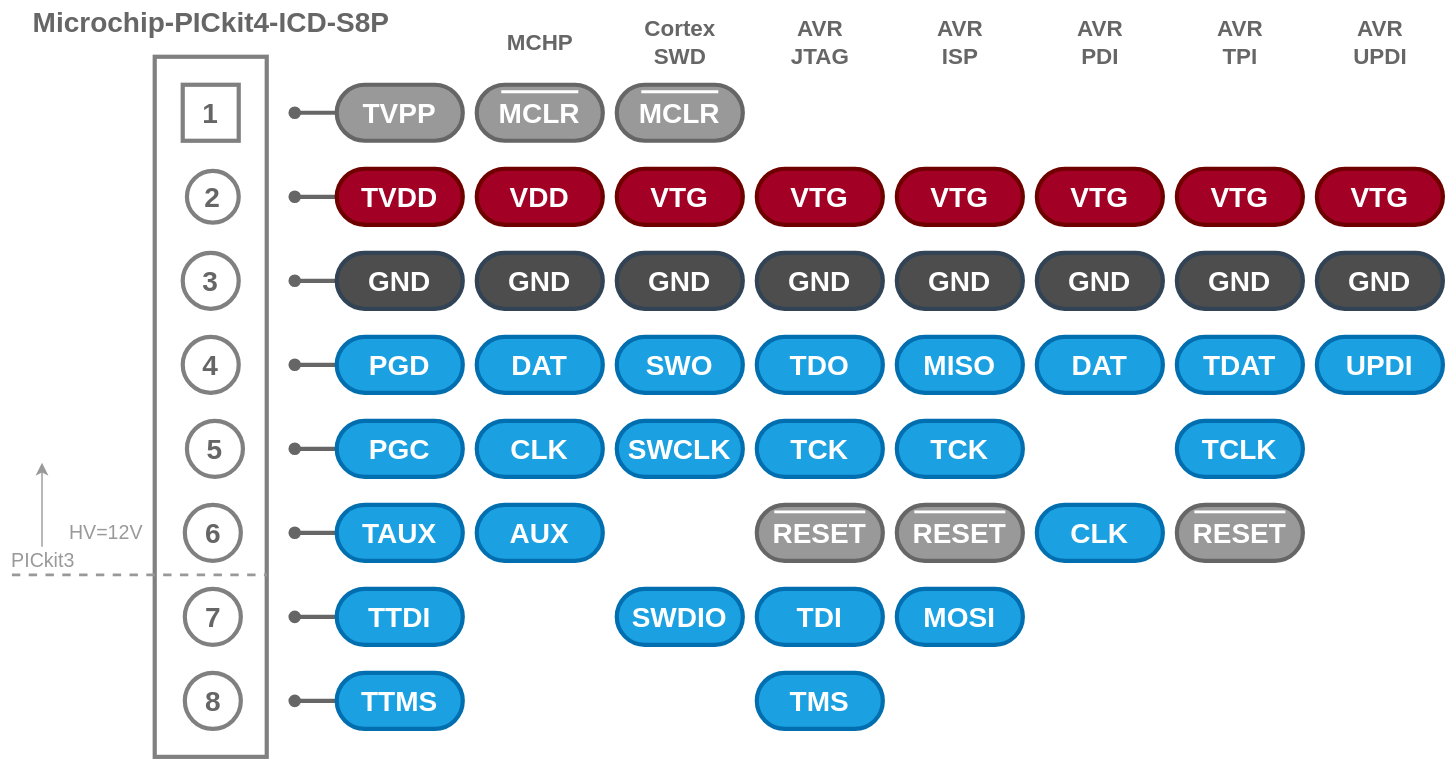
This is svg/Microchip-PICKit4-ICD-S8P.drawio.svg from askn37/askn37.github.io, a draw.io export, as it was before one commit. Source tidied: cells renumbered, new cells last; positions are measured from the earlier drawing's top-left corner, leaving out a move shared by most shapes.
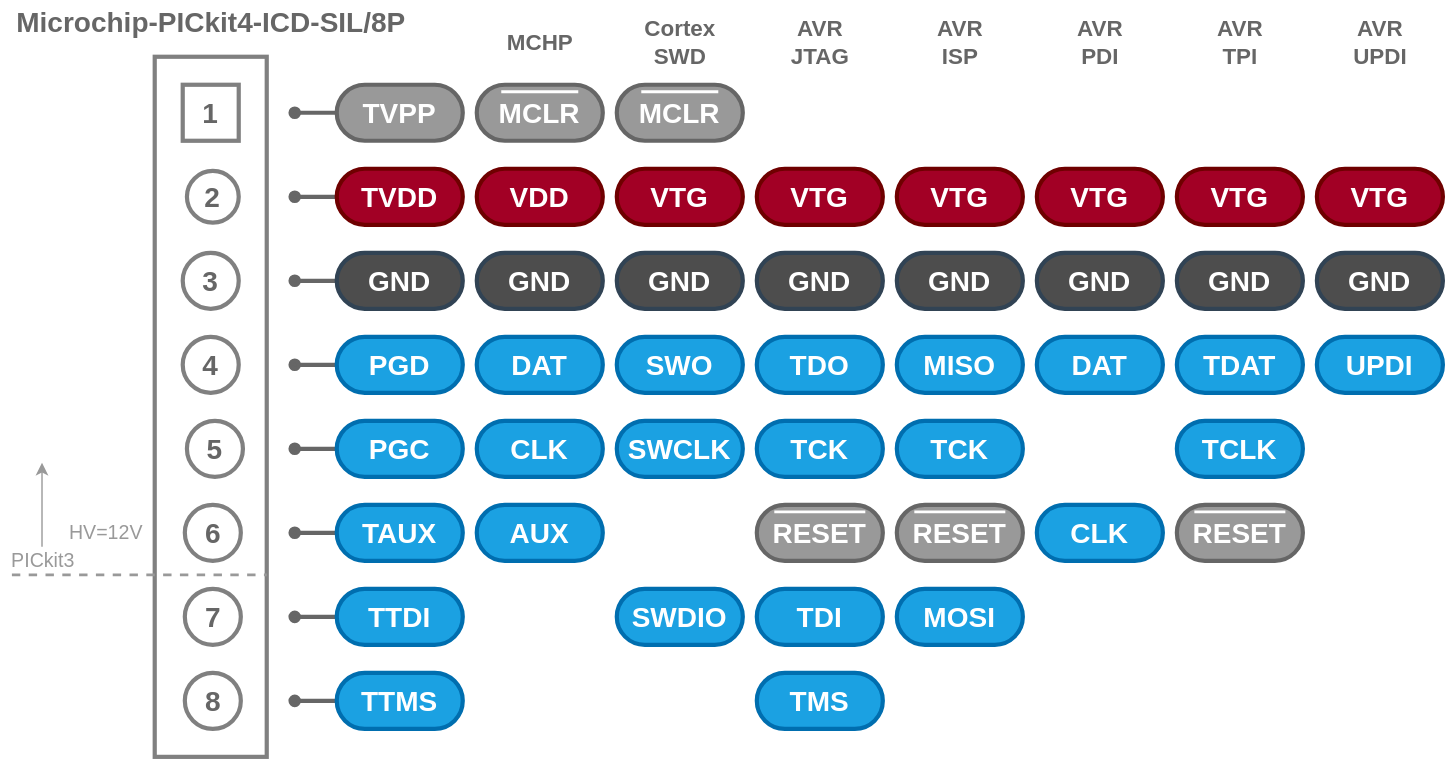
After the commit.

What changed in the source:
```diff
@@ -41,8 +41,8 @@
         <mxPoint x="210" y="260" as="targetPoint" />
       </mxGeometry>
     </mxCell>
-    <mxCell id="12" value="Microchip-PICkit4-ICD-S8P" style="text;html=1;align=center;verticalAlign=middle;strokeColor=none;fillColor=none;fontSize=20;fontColor=#666666;fontStyle=1;" parent="1" vertex="1">
-      <mxGeometry x="15" width="270" height="30" as="geometry" />
+    <mxCell id="12" value="Microchip-PICkit4-ICD-SIL/8P" style="text;html=1;align=center;verticalAlign=middle;strokeColor=none;fillColor=none;fontSize=20;fontColor=#666666;fontStyle=1;" parent="1" vertex="1">
+      <mxGeometry x="5" width="290" height="30" as="geometry" />
     </mxCell>
     <mxCell id="13" value="TVPP" style="rounded=1;whiteSpace=wrap;html=1;fontSize=20;strokeWidth=3;fontStyle=1;fillColor=#999999;strokeColor=#666666;fontColor=#ffffff;arcSize=50;" parent="1" vertex="1">
       <mxGeometry x="240" y="60" width="90" height="40" as="geometry" />
```
